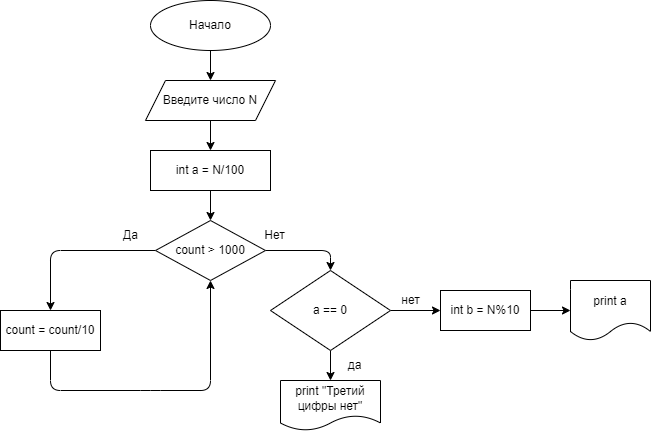
GnezdilovaVO/Seminar-3.2.Homework keeps this draw.io diagram as Homework_002/diagram.drawio.png. Above is the earlier version. Source tidied: cells renumbered, new cells last; positions are measured from the earlier drawing's top-left corner, leaving out a move shared by most shapes.
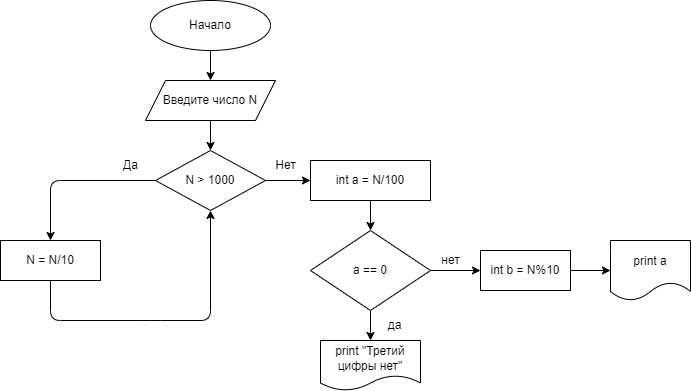
The same file after the commit.

Commit message:
Изменила блок-схему задачи 2

Diff of the diagram source:
```diff
@@ -6,13 +6,13 @@
       <mxGeometry relative="1" as="geometry" />
     </mxCell>
     <mxCell id="3" value="Начало" style="ellipse;whiteSpace=wrap;html=1;" parent="1" vertex="1">
-      <mxGeometry x="150" width="120" height="50" as="geometry" />
+      <mxGeometry x="50" y="10" width="120" height="50" as="geometry" />
     </mxCell>
-    <mxCell id="4" style="edgeStyle=none;html=1;" parent="1" edge="1" source="5" target="10">
-      <mxGeometry relative="1" as="geometry" />
-    </mxCell>
+    <mxCell id="23" style="edgeStyle=none;html=1;" parent="1" edge="1" source="5" target="19">
+      <mxGeometry relative="1" as="geometry" />
+    </mxCell>
     <mxCell id="5" value="Введите число N" style="shape=parallelogram;perimeter=parallelogramPerimeter;whiteSpace=wrap;html=1;fixedSize=1;" parent="1" vertex="1">
-      <mxGeometry x="145" y="80" width="130" height="40" as="geometry" />
+      <mxGeometry x="45" y="90" width="130" height="40" as="geometry" />
     </mxCell>
     <mxCell id="6" style="edgeStyle=none;html=1;" parent="1" edge="1" source="8" target="11">
       <mxGeometry relative="1" as="geometry" />
@@ -21,66 +21,62 @@
       <mxGeometry relative="1" as="geometry" />
     </mxCell>
     <mxCell id="8" value="a == 0" style="rhombus;whiteSpace=wrap;html=1;" parent="1" vertex="1">
-      <mxGeometry x="270" y="270" width="120" height="80" as="geometry" />
+      <mxGeometry x="210" y="240" width="120" height="80" as="geometry" />
     </mxCell>
-    <mxCell id="9" style="edgeStyle=none;html=1;" parent="1" edge="1" source="10" target="19">
-      <mxGeometry relative="1" as="geometry" />
-    </mxCell>
+    <mxCell id="24" style="edgeStyle=none;html=1;" parent="1" edge="1" source="10" target="8">
+      <mxGeometry relative="1" as="geometry" />
+    </mxCell>
     <mxCell id="10" value="int a = N/100" style="rounded=0;whiteSpace=wrap;html=1;" parent="1" vertex="1">
-      <mxGeometry x="150" y="150" width="120" height="40" as="geometry" />
+      <mxGeometry x="210" y="170" width="120" height="40" as="geometry" />
     </mxCell>
     <mxCell id="11" value="print &quot;Третий цифры нет&quot;" style="shape=document;whiteSpace=wrap;html=1;boundedLbl=1;" parent="1" vertex="1">
-      <mxGeometry x="280" y="380" width="100" height="50" as="geometry" />
+      <mxGeometry x="220" y="350" width="100" height="50" as="geometry" />
     </mxCell>
     <mxCell id="12" value="print a" style="shape=document;whiteSpace=wrap;html=1;boundedLbl=1;" parent="1" vertex="1">
-      <mxGeometry x="570" y="280" width="80" height="60" as="geometry" />
+      <mxGeometry x="510" y="250" width="80" height="60" as="geometry" />
     </mxCell>
     <mxCell id="13" style="edgeStyle=none;html=1;" parent="1" edge="1" source="14" target="12">
       <mxGeometry relative="1" as="geometry" />
     </mxCell>
     <mxCell id="14" value="int b = N%10" style="rounded=0;whiteSpace=wrap;html=1;" parent="1" vertex="1">
-      <mxGeometry x="440" y="290" width="90" height="40" as="geometry" />
+      <mxGeometry x="380" y="260" width="90" height="40" as="geometry" />
     </mxCell>
     <mxCell id="15" value="да" style="text;html=1;align=center;verticalAlign=middle;strokeColor=none;fillColor=none;" parent="1" vertex="1">
-      <mxGeometry x="334" y="350" width="40" height="30" as="geometry" />
+      <mxGeometry x="274" y="320" width="40" height="30" as="geometry" />
     </mxCell>
     <mxCell id="16" value="нет" style="text;html=1;align=center;verticalAlign=middle;strokeColor=none;fillColor=none;" parent="1" vertex="1">
-      <mxGeometry x="390" y="285" width="40" height="30" as="geometry" />
+      <mxGeometry x="330" y="255" width="40" height="30" as="geometry" />
     </mxCell>
     <mxCell id="17" style="edgeStyle=none;html=1;" parent="1" edge="1" source="19" target="21">
       <mxGeometry relative="1" as="geometry">
         <Array as="points">
-          <mxPoint x="50" y="250" />
+          <mxPoint x="-50" y="190" />
         </Array>
       </mxGeometry>
     </mxCell>
-    <mxCell id="18" style="edgeStyle=none;html=1;entryX=0.5;entryY=0;entryDx=0;entryDy=0;" parent="1" edge="1" source="19" target="8">
-      <mxGeometry relative="1" as="geometry">
-        <Array as="points">
-          <mxPoint x="330" y="250" />
-        </Array>
-      </mxGeometry>
-    </mxCell>
+    <mxCell id="25" style="edgeStyle=none;html=1;" parent="1" edge="1" source="19" target="10">
+      <mxGeometry relative="1" as="geometry" />
+    </mxCell>
-    <mxCell id="19" value="count &amp;gt; 1000" style="rhombus;whiteSpace=wrap;html=1;" parent="1" vertex="1">
-      <mxGeometry x="155" y="220" width="110" height="60" as="geometry" />
+    <mxCell id="19" value="N &amp;gt; 1000" style="rhombus;whiteSpace=wrap;html=1;" parent="1" vertex="1">
+      <mxGeometry x="55" y="160" width="110" height="60" as="geometry" />
     </mxCell>
     <mxCell id="20" style="edgeStyle=none;html=1;entryX=0.5;entryY=1;entryDx=0;entryDy=0;" parent="1" edge="1" source="21" target="19">
       <mxGeometry relative="1" as="geometry">
         <Array as="points">
-          <mxPoint x="50" y="390" />
-          <mxPoint x="150" y="390" />
-          <mxPoint x="210" y="390" />
+          <mxPoint x="-50" y="330" />
+          <mxPoint x="50" y="330" />
+          <mxPoint x="110" y="330" />
         </Array>
       </mxGeometry>
     </mxCell>
-    <mxCell id="21" value="count = count/10" style="rounded=0;whiteSpace=wrap;html=1;" parent="1" vertex="1">
-      <mxGeometry y="310" width="100" height="40" as="geometry" />
+    <mxCell id="21" value="N = N/10" style="rounded=0;whiteSpace=wrap;html=1;" parent="1" vertex="1">
+      <mxGeometry x="-100" y="250" width="100" height="40" as="geometry" />
     </mxCell>
     <mxCell id="22" value="Да" style="text;html=1;align=center;verticalAlign=middle;strokeColor=none;fillColor=none;" parent="1" vertex="1">
-      <mxGeometry x="110" y="220" width="40" height="30" as="geometry" />
+      <mxGeometry x="10" y="160" width="40" height="30" as="geometry" />
     </mxCell>
-    <mxCell id="23" value="Нет" style="text;html=1;align=center;verticalAlign=middle;strokeColor=none;fillColor=none;" parent="1" vertex="1">
-      <mxGeometry x="254" y="220" width="40" height="30" as="geometry" />
-    </mxCell>
+    <mxCell id="26" value="Нет" style="text;html=1;align=center;verticalAlign=middle;strokeColor=none;fillColor=none;" parent="1" vertex="1">
+      <mxGeometry x="165" y="160" width="40" height="30" as="geometry" />
+    </mxCell>
   </root>
 </mxGraphModel>
```
